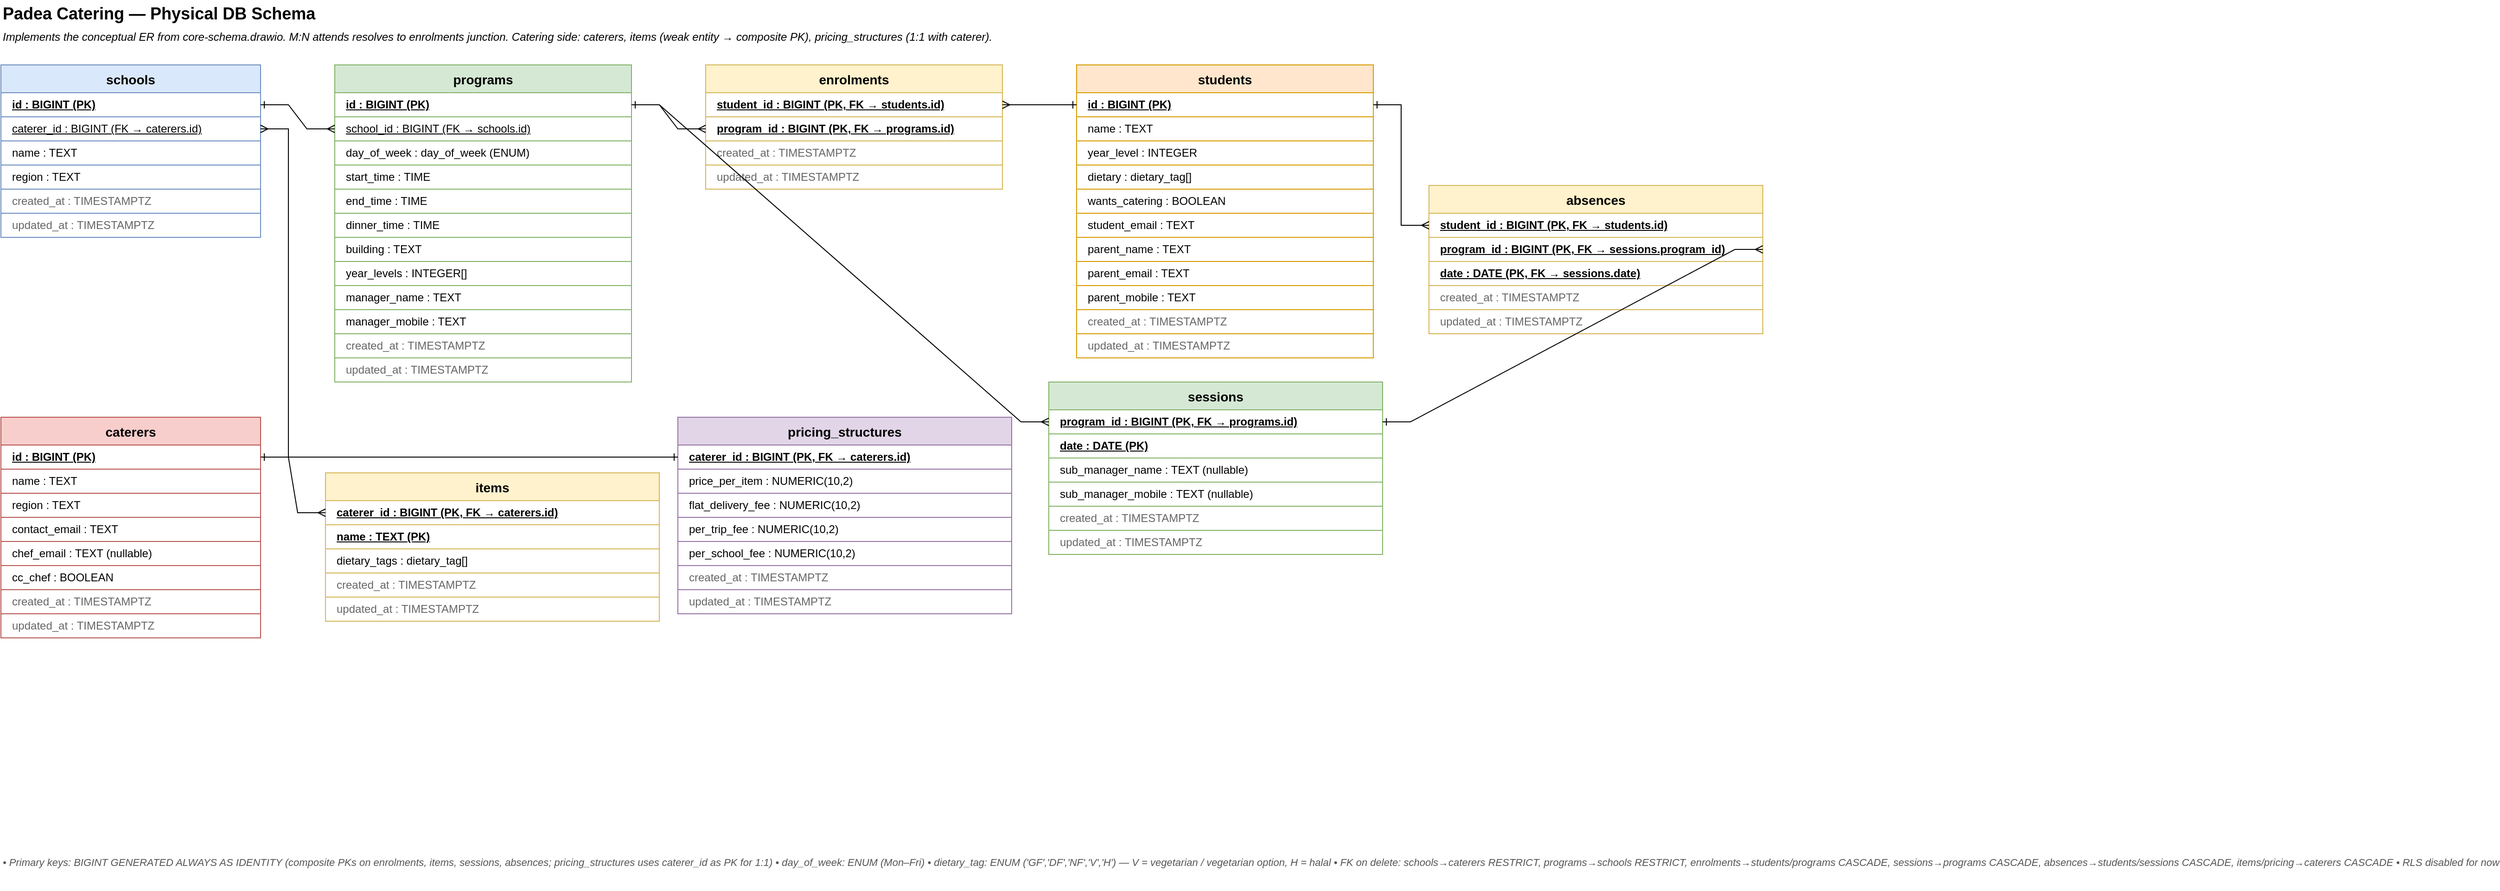
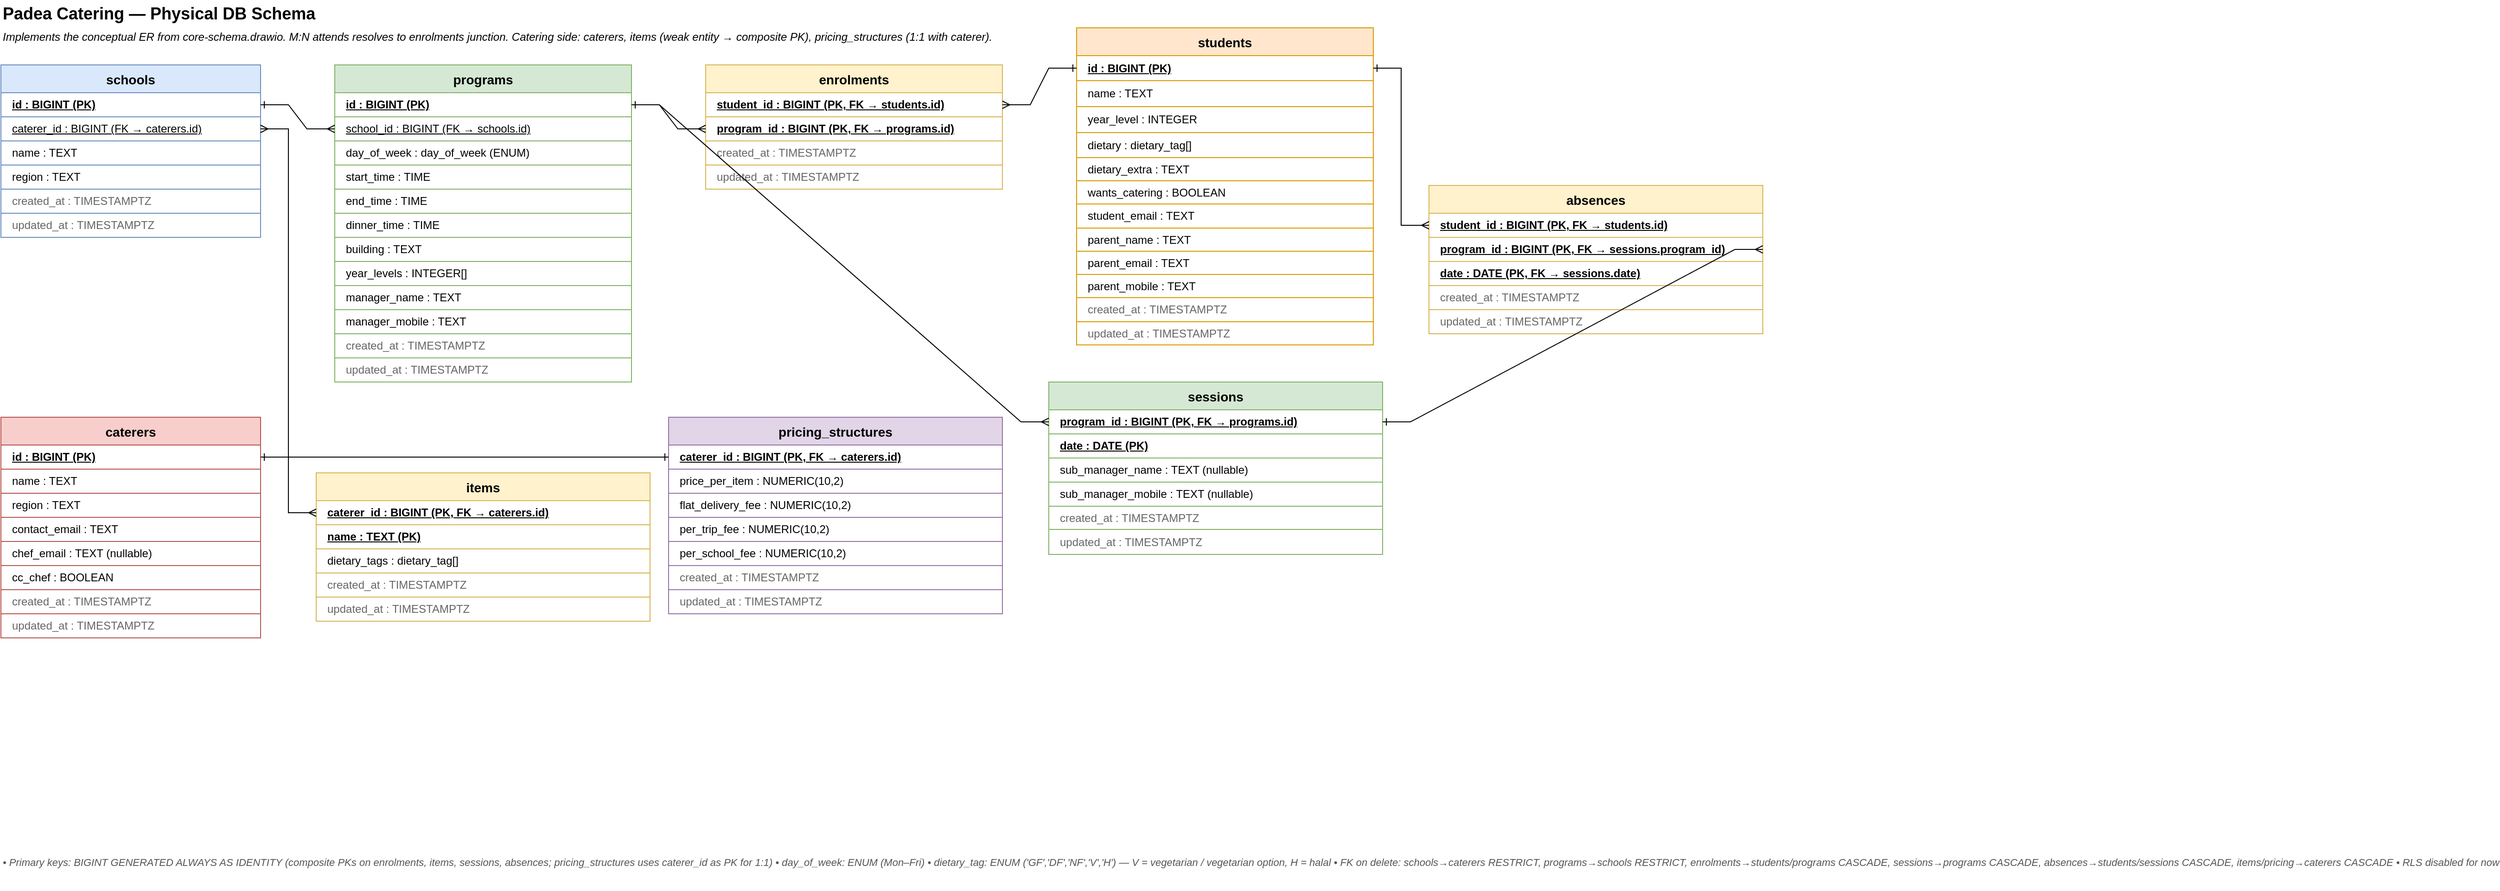
<mxfile host="65bd71144e">
    <diagram name="DB Schema" id="db-schema">
-         <mxGraphModel dx="714" dy="779" grid="1" gridSize="10" guides="1" tooltips="1" connect="1" arrows="1" fold="1" page="1" pageScale="1" pageWidth="1700" pageHeight="1000" math="0" shadow="0">
+         <mxGraphModel dx="1202" dy="820" grid="1" gridSize="10" guides="1" tooltips="1" connect="1" arrows="1" fold="1" page="1" pageScale="1" pageWidth="1700" pageHeight="1000" math="0" shadow="0">
            <root>
                <mxCell id="0"/>
                <mxCell id="1" parent="0"/>
                <mxCell id="title" value="Padea Catering — Physical DB Schema" style="text;html=1;align=left;verticalAlign=middle;fontSize=18;fontStyle=1;" parent="1" vertex="1">
                    <mxGeometry x="40" y="20" width="800" height="30" as="geometry"/>
                </mxCell>
                <mxCell id="subtitle" value="Implements the conceptual ER from core-schema.drawio. M:N attends resolves to enrolments junction. Catering side: caterers, items (weak entity → composite PK), pricing_structures (1:1 with caterer)." style="text;html=1;align=left;verticalAlign=middle;fontSize=12;fontStyle=2;" parent="1" vertex="1">
                    <mxGeometry x="40" y="50" width="1500" height="20" as="geometry"/>
                </mxCell>
                <mxCell id="schools" value="schools" style="shape=table;startSize=30;container=1;collapsible=0;childLayout=tableLayout;fontSize=14;fontStyle=1;fillColor=#dae8fc;strokeColor=#6c8ebf;" parent="1" vertex="1">
                    <mxGeometry x="40" y="90" width="280" height="186" as="geometry"/>
                </mxCell>
                <mxCell id="schools-r1" value="" style="shape=tableRow;horizontal=0;startSize=0;swimlaneHead=0;swimlaneBody=0;strokeColor=inherit;top=0;left=0;bottom=0;right=0;collapsible=0;dropTarget=0;fillColor=none;points=[[0,0.5],[1,0.5]];portConstraint=eastwest;fontSize=12;" parent="schools" vertex="1">
                    <mxGeometry y="30" width="280" height="26" as="geometry"/>
                </mxCell>
                <mxCell id="schools-r1-c" value="id : BIGINT  (PK)" style="shape=partialRectangle;html=1;whiteSpace=wrap;connectable=0;strokeColor=inherit;overflow=hidden;fillColor=none;top=0;left=0;bottom=0;right=0;pointerEvents=1;fontStyle=5;align=left;spacingLeft=10;" parent="schools-r1" vertex="1">
                    <mxGeometry width="280" height="26" as="geometry"/>
                </mxCell>
                <mxCell id="schools-r-cat" value="" style="shape=tableRow;horizontal=0;startSize=0;swimlaneHead=0;swimlaneBody=0;strokeColor=inherit;top=0;left=0;bottom=0;right=0;collapsible=0;dropTarget=0;fillColor=none;points=[[0,0.5],[1,0.5]];portConstraint=eastwest;fontSize=12;" parent="schools" vertex="1">
                    <mxGeometry y="56" width="280" height="26" as="geometry"/>
                </mxCell>
                <mxCell id="schools-r-cat-c" value="caterer_id : BIGINT  (FK → caterers.id)" style="shape=partialRectangle;html=1;whiteSpace=wrap;connectable=0;strokeColor=inherit;overflow=hidden;fillColor=none;top=0;left=0;bottom=0;right=0;pointerEvents=1;fontStyle=4;align=left;spacingLeft=10;" parent="schools-r-cat" vertex="1">
                    <mxGeometry width="280" height="26" as="geometry"/>
                </mxCell>
                <mxCell id="schools-r2" value="" style="shape=tableRow;horizontal=0;startSize=0;swimlaneHead=0;swimlaneBody=0;strokeColor=inherit;top=0;left=0;bottom=0;right=0;collapsible=0;dropTarget=0;fillColor=none;points=[[0,0.5],[1,0.5]];portConstraint=eastwest;fontSize=12;" parent="schools" vertex="1">
                    <mxGeometry y="82" width="280" height="26" as="geometry"/>
                </mxCell>
                <mxCell id="schools-r2-c" value="name : TEXT" style="shape=partialRectangle;html=1;whiteSpace=wrap;connectable=0;strokeColor=inherit;overflow=hidden;fillColor=none;top=0;left=0;bottom=0;right=0;pointerEvents=1;align=left;spacingLeft=10;" parent="schools-r2" vertex="1">
                    <mxGeometry width="280" height="26" as="geometry"/>
                </mxCell>
                <mxCell id="schools-r3" value="" style="shape=tableRow;horizontal=0;startSize=0;swimlaneHead=0;swimlaneBody=0;strokeColor=inherit;top=0;left=0;bottom=0;right=0;collapsible=0;dropTarget=0;fillColor=none;points=[[0,0.5],[1,0.5]];portConstraint=eastwest;fontSize=12;" parent="schools" vertex="1">
                    <mxGeometry y="108" width="280" height="26" as="geometry"/>
                </mxCell>
                <mxCell id="schools-r3-c" value="region : TEXT" style="shape=partialRectangle;html=1;whiteSpace=wrap;connectable=0;strokeColor=inherit;overflow=hidden;fillColor=none;top=0;left=0;bottom=0;right=0;pointerEvents=1;align=left;spacingLeft=10;" parent="schools-r3" vertex="1">
                    <mxGeometry width="280" height="26" as="geometry"/>
                </mxCell>
                <mxCell id="schools-r4" value="" style="shape=tableRow;horizontal=0;startSize=0;swimlaneHead=0;swimlaneBody=0;strokeColor=inherit;top=0;left=0;bottom=0;right=0;collapsible=0;dropTarget=0;fillColor=none;points=[[0,0.5],[1,0.5]];portConstraint=eastwest;fontSize=12;" parent="schools" vertex="1">
                    <mxGeometry y="134" width="280" height="26" as="geometry"/>
                </mxCell>
                <mxCell id="schools-r4-c" value="created_at : TIMESTAMPTZ" style="shape=partialRectangle;html=1;whiteSpace=wrap;connectable=0;strokeColor=inherit;overflow=hidden;fillColor=none;top=0;left=0;bottom=0;right=0;pointerEvents=1;align=left;spacingLeft=10;fontColor=#666666;" parent="schools-r4" vertex="1">
                    <mxGeometry width="280" height="26" as="geometry"/>
                </mxCell>
                <mxCell id="schools-r5" value="" style="shape=tableRow;horizontal=0;startSize=0;swimlaneHead=0;swimlaneBody=0;strokeColor=inherit;top=0;left=0;bottom=0;right=0;collapsible=0;dropTarget=0;fillColor=none;points=[[0,0.5],[1,0.5]];portConstraint=eastwest;fontSize=12;" parent="schools" vertex="1">
                    <mxGeometry y="160" width="280" height="26" as="geometry"/>
                </mxCell>
                <mxCell id="schools-r5-c" value="updated_at : TIMESTAMPTZ" style="shape=partialRectangle;html=1;whiteSpace=wrap;connectable=0;strokeColor=inherit;overflow=hidden;fillColor=none;top=0;left=0;bottom=0;right=0;pointerEvents=1;align=left;spacingLeft=10;fontColor=#666666;" parent="schools-r5" vertex="1">
                    <mxGeometry width="280" height="26" as="geometry"/>
                </mxCell>
                <mxCell id="sessions" value="programs" style="shape=table;startSize=30;container=1;collapsible=0;childLayout=tableLayout;fontSize=14;fontStyle=1;fillColor=#d5e8d4;strokeColor=#82b366;" parent="1" vertex="1">
                    <mxGeometry x="400" y="90" width="320" height="342" as="geometry"/>
                </mxCell>
                <mxCell id="sessions-r1" value="" style="shape=tableRow;horizontal=0;startSize=0;swimlaneHead=0;swimlaneBody=0;strokeColor=inherit;top=0;left=0;bottom=0;right=0;collapsible=0;dropTarget=0;fillColor=none;points=[[0,0.5],[1,0.5]];portConstraint=eastwest;fontSize=12;" parent="sessions" vertex="1">
                    <mxGeometry y="30" width="320" height="26" as="geometry"/>
                </mxCell>
                <mxCell id="sessions-r1-c" value="id : BIGINT  (PK)" style="shape=partialRectangle;html=1;whiteSpace=wrap;connectable=0;strokeColor=inherit;overflow=hidden;fillColor=none;top=0;left=0;bottom=0;right=0;pointerEvents=1;fontStyle=5;align=left;spacingLeft=10;" parent="sessions-r1" vertex="1">
                    <mxGeometry width="320" height="26" as="geometry">
                        <mxRectangle width="320" height="26" as="alternateBounds"/>
                    </mxGeometry>
                </mxCell>
                <mxCell id="sessions-r2" value="" style="shape=tableRow;horizontal=0;startSize=0;swimlaneHead=0;swimlaneBody=0;strokeColor=inherit;top=0;left=0;bottom=0;right=0;collapsible=0;dropTarget=0;fillColor=none;points=[[0,0.5],[1,0.5]];portConstraint=eastwest;fontSize=12;" parent="sessions" vertex="1">
                    <mxGeometry y="56" width="320" height="26" as="geometry"/>
                </mxCell>
                <mxCell id="sessions-r2-c" value="school_id : BIGINT  (FK → schools.id)" style="shape=partialRectangle;html=1;whiteSpace=wrap;connectable=0;strokeColor=inherit;overflow=hidden;fillColor=none;top=0;left=0;bottom=0;right=0;pointerEvents=1;fontStyle=4;align=left;spacingLeft=10;" parent="sessions-r2" vertex="1">
                    <mxGeometry width="320" height="26" as="geometry">
                        <mxRectangle width="320" height="26" as="alternateBounds"/>
                    </mxGeometry>
                </mxCell>
                <mxCell id="sessions-r3" value="" style="shape=tableRow;horizontal=0;startSize=0;swimlaneHead=0;swimlaneBody=0;strokeColor=inherit;top=0;left=0;bottom=0;right=0;collapsible=0;dropTarget=0;fillColor=none;points=[[0,0.5],[1,0.5]];portConstraint=eastwest;fontSize=12;" parent="sessions" vertex="1">
                    <mxGeometry y="82" width="320" height="26" as="geometry"/>
                </mxCell>
                <mxCell id="sessions-r3-c" value="day_of_week : day_of_week (ENUM)" style="shape=partialRectangle;html=1;whiteSpace=wrap;connectable=0;strokeColor=inherit;overflow=hidden;fillColor=none;top=0;left=0;bottom=0;right=0;pointerEvents=1;align=left;spacingLeft=10;" parent="sessions-r3" vertex="1">
                    <mxGeometry width="320" height="26" as="geometry">
                        <mxRectangle width="320" height="26" as="alternateBounds"/>
                    </mxGeometry>
                </mxCell>
                <mxCell id="sessions-r4" value="" style="shape=tableRow;horizontal=0;startSize=0;swimlaneHead=0;swimlaneBody=0;strokeColor=inherit;top=0;left=0;bottom=0;right=0;collapsible=0;dropTarget=0;fillColor=none;points=[[0,0.5],[1,0.5]];portConstraint=eastwest;fontSize=12;" parent="sessions" vertex="1">
                    <mxGeometry y="108" width="320" height="26" as="geometry"/>
                </mxCell>
                <mxCell id="sessions-r4-c" value="start_time : TIME" style="shape=partialRectangle;html=1;whiteSpace=wrap;connectable=0;strokeColor=inherit;overflow=hidden;fillColor=none;top=0;left=0;bottom=0;right=0;pointerEvents=1;align=left;spacingLeft=10;" parent="sessions-r4" vertex="1">
                    <mxGeometry width="320" height="26" as="geometry">
                        <mxRectangle width="320" height="26" as="alternateBounds"/>
                    </mxGeometry>
                </mxCell>
                <mxCell id="sessions-r5" value="" style="shape=tableRow;horizontal=0;startSize=0;swimlaneHead=0;swimlaneBody=0;strokeColor=inherit;top=0;left=0;bottom=0;right=0;collapsible=0;dropTarget=0;fillColor=none;points=[[0,0.5],[1,0.5]];portConstraint=eastwest;fontSize=12;" parent="sessions" vertex="1">
                    <mxGeometry y="134" width="320" height="26" as="geometry"/>
                </mxCell>
                <mxCell id="sessions-r5-c" value="end_time : TIME" style="shape=partialRectangle;html=1;whiteSpace=wrap;connectable=0;strokeColor=inherit;overflow=hidden;fillColor=none;top=0;left=0;bottom=0;right=0;pointerEvents=1;align=left;spacingLeft=10;" parent="sessions-r5" vertex="1">
                    <mxGeometry width="320" height="26" as="geometry">
                        <mxRectangle width="320" height="26" as="alternateBounds"/>
                    </mxGeometry>
                </mxCell>
                <mxCell id="sessions-r6" value="" style="shape=tableRow;horizontal=0;startSize=0;swimlaneHead=0;swimlaneBody=0;strokeColor=inherit;top=0;left=0;bottom=0;right=0;collapsible=0;dropTarget=0;fillColor=none;points=[[0,0.5],[1,0.5]];portConstraint=eastwest;fontSize=12;" parent="sessions" vertex="1">
                    <mxGeometry y="160" width="320" height="26" as="geometry"/>
                </mxCell>
                <mxCell id="sessions-r6-c" value="dinner_time : TIME" style="shape=partialRectangle;html=1;whiteSpace=wrap;connectable=0;strokeColor=inherit;overflow=hidden;fillColor=none;top=0;left=0;bottom=0;right=0;pointerEvents=1;align=left;spacingLeft=10;" parent="sessions-r6" vertex="1">
                    <mxGeometry width="320" height="26" as="geometry">
                        <mxRectangle width="320" height="26" as="alternateBounds"/>
                    </mxGeometry>
                </mxCell>
                <mxCell id="sessions-r7" value="" style="shape=tableRow;horizontal=0;startSize=0;swimlaneHead=0;swimlaneBody=0;strokeColor=inherit;top=0;left=0;bottom=0;right=0;collapsible=0;dropTarget=0;fillColor=none;points=[[0,0.5],[1,0.5]];portConstraint=eastwest;fontSize=12;" parent="sessions" vertex="1">
                    <mxGeometry y="186" width="320" height="26" as="geometry"/>
                </mxCell>
                <mxCell id="sessions-r7-c" value="building : TEXT" style="shape=partialRectangle;html=1;whiteSpace=wrap;connectable=0;strokeColor=inherit;overflow=hidden;fillColor=none;top=0;left=0;bottom=0;right=0;pointerEvents=1;align=left;spacingLeft=10;" parent="sessions-r7" vertex="1">
                    <mxGeometry width="320" height="26" as="geometry">
                        <mxRectangle width="320" height="26" as="alternateBounds"/>
                    </mxGeometry>
                </mxCell>
                <mxCell id="sessions-r8" value="" style="shape=tableRow;horizontal=0;startSize=0;swimlaneHead=0;swimlaneBody=0;strokeColor=inherit;top=0;left=0;bottom=0;right=0;collapsible=0;dropTarget=0;fillColor=none;points=[[0,0.5],[1,0.5]];portConstraint=eastwest;fontSize=12;" parent="sessions" vertex="1">
                    <mxGeometry y="212" width="320" height="26" as="geometry"/>
                </mxCell>
                <mxCell id="sessions-r8-c" value="year_levels : INTEGER[]" style="shape=partialRectangle;html=1;whiteSpace=wrap;connectable=0;strokeColor=inherit;overflow=hidden;fillColor=none;top=0;left=0;bottom=0;right=0;pointerEvents=1;align=left;spacingLeft=10;" parent="sessions-r8" vertex="1">
                    <mxGeometry width="320" height="26" as="geometry">
                        <mxRectangle width="320" height="26" as="alternateBounds"/>
                    </mxGeometry>
                </mxCell>
                <mxCell id="sessions-r9" value="" style="shape=tableRow;horizontal=0;startSize=0;swimlaneHead=0;swimlaneBody=0;strokeColor=inherit;top=0;left=0;bottom=0;right=0;collapsible=0;dropTarget=0;fillColor=none;points=[[0,0.5],[1,0.5]];portConstraint=eastwest;fontSize=12;" parent="sessions" vertex="1">
                    <mxGeometry y="238" width="320" height="26" as="geometry"/>
                </mxCell>
                <mxCell id="sessions-r9-c" value="manager_name : TEXT" style="shape=partialRectangle;html=1;whiteSpace=wrap;connectable=0;strokeColor=inherit;overflow=hidden;fillColor=none;top=0;left=0;bottom=0;right=0;pointerEvents=1;align=left;spacingLeft=10;" parent="sessions-r9" vertex="1">
                    <mxGeometry width="320" height="26" as="geometry">
                        <mxRectangle width="320" height="26" as="alternateBounds"/>
                    </mxGeometry>
                </mxCell>
                <mxCell id="sessions-r10" value="" style="shape=tableRow;horizontal=0;startSize=0;swimlaneHead=0;swimlaneBody=0;strokeColor=inherit;top=0;left=0;bottom=0;right=0;collapsible=0;dropTarget=0;fillColor=none;points=[[0,0.5],[1,0.5]];portConstraint=eastwest;fontSize=12;" parent="sessions" vertex="1">
                    <mxGeometry y="264" width="320" height="26" as="geometry"/>
                </mxCell>
                <mxCell id="sessions-r10-c" value="manager_mobile : TEXT" style="shape=partialRectangle;html=1;whiteSpace=wrap;connectable=0;strokeColor=inherit;overflow=hidden;fillColor=none;top=0;left=0;bottom=0;right=0;pointerEvents=1;align=left;spacingLeft=10;" parent="sessions-r10" vertex="1">
                    <mxGeometry width="320" height="26" as="geometry">
                        <mxRectangle width="320" height="26" as="alternateBounds"/>
                    </mxGeometry>
                </mxCell>
                <mxCell id="sessions-r11" value="" style="shape=tableRow;horizontal=0;startSize=0;swimlaneHead=0;swimlaneBody=0;strokeColor=inherit;top=0;left=0;bottom=0;right=0;collapsible=0;dropTarget=0;fillColor=none;points=[[0,0.5],[1,0.5]];portConstraint=eastwest;fontSize=12;" parent="sessions" vertex="1">
                    <mxGeometry y="290" width="320" height="26" as="geometry"/>
                </mxCell>
                <mxCell id="sessions-r11-c" value="created_at : TIMESTAMPTZ" style="shape=partialRectangle;html=1;whiteSpace=wrap;connectable=0;strokeColor=inherit;overflow=hidden;fillColor=none;top=0;left=0;bottom=0;right=0;pointerEvents=1;align=left;spacingLeft=10;fontColor=#666666;" parent="sessions-r11" vertex="1">
                    <mxGeometry width="320" height="26" as="geometry">
                        <mxRectangle width="320" height="26" as="alternateBounds"/>
                    </mxGeometry>
                </mxCell>
                <mxCell id="sessions-r12" value="" style="shape=tableRow;horizontal=0;startSize=0;swimlaneHead=0;swimlaneBody=0;strokeColor=inherit;top=0;left=0;bottom=0;right=0;collapsible=0;dropTarget=0;fillColor=none;points=[[0,0.5],[1,0.5]];portConstraint=eastwest;fontSize=12;" parent="sessions" vertex="1">
                    <mxGeometry y="316" width="320" height="26" as="geometry"/>
                </mxCell>
                <mxCell id="sessions-r12-c" value="updated_at : TIMESTAMPTZ" style="shape=partialRectangle;html=1;whiteSpace=wrap;connectable=0;strokeColor=inherit;overflow=hidden;fillColor=none;top=0;left=0;bottom=0;right=0;pointerEvents=1;align=left;spacingLeft=10;fontColor=#666666;" parent="sessions-r12" vertex="1">
                    <mxGeometry width="320" height="26" as="geometry">
                        <mxRectangle width="320" height="26" as="alternateBounds"/>
                    </mxGeometry>
                </mxCell>
                <mxCell id="enrolments" value="enrolments" style="shape=table;startSize=30;container=1;collapsible=0;childLayout=tableLayout;fontSize=14;fontStyle=1;fillColor=#fff2cc;strokeColor=#d6b656;" parent="1" vertex="1">
                    <mxGeometry x="800" y="90" width="320" height="134" as="geometry"/>
                </mxCell>
                <mxCell id="enrolments-r2" value="" style="shape=tableRow;horizontal=0;startSize=0;swimlaneHead=0;swimlaneBody=0;strokeColor=inherit;top=0;left=0;bottom=0;right=0;collapsible=0;dropTarget=0;fillColor=none;points=[[0,0.5],[1,0.5]];portConstraint=eastwest;fontSize=12;" parent="enrolments" vertex="1">
                    <mxGeometry y="30" width="320" height="26" as="geometry"/>
                </mxCell>
                <mxCell id="enrolments-r2-c" value="student_id : BIGINT  (PK, FK → students.id)" style="shape=partialRectangle;html=1;whiteSpace=wrap;connectable=0;strokeColor=inherit;overflow=hidden;fillColor=none;top=0;left=0;bottom=0;right=0;pointerEvents=1;fontStyle=5;align=left;spacingLeft=10;" parent="enrolments-r2" vertex="1">
                    <mxGeometry width="320" height="26" as="geometry">
                        <mxRectangle width="320" height="26" as="alternateBounds"/>
                    </mxGeometry>
                </mxCell>
                <mxCell id="enrolments-r3" value="" style="shape=tableRow;horizontal=0;startSize=0;swimlaneHead=0;swimlaneBody=0;strokeColor=inherit;top=0;left=0;bottom=0;right=0;collapsible=0;dropTarget=0;fillColor=none;points=[[0,0.5],[1,0.5]];portConstraint=eastwest;fontSize=12;" parent="enrolments" vertex="1">
                    <mxGeometry y="56" width="320" height="26" as="geometry"/>
                </mxCell>
                <mxCell id="enrolments-r3-c" value="program_id : BIGINT  (PK, FK → programs.id)" style="shape=partialRectangle;html=1;whiteSpace=wrap;connectable=0;strokeColor=inherit;overflow=hidden;fillColor=none;top=0;left=0;bottom=0;right=0;pointerEvents=1;fontStyle=5;align=left;spacingLeft=10;" parent="enrolments-r3" vertex="1">
                    <mxGeometry width="320" height="26" as="geometry">
                        <mxRectangle width="320" height="26" as="alternateBounds"/>
                    </mxGeometry>
                </mxCell>
                <mxCell id="enrolments-r4" value="" style="shape=tableRow;horizontal=0;startSize=0;swimlaneHead=0;swimlaneBody=0;strokeColor=inherit;top=0;left=0;bottom=0;right=0;collapsible=0;dropTarget=0;fillColor=none;points=[[0,0.5],[1,0.5]];portConstraint=eastwest;fontSize=12;" parent="enrolments" vertex="1">
                    <mxGeometry y="82" width="320" height="26" as="geometry"/>
                </mxCell>
                <mxCell id="enrolments-r4-c" value="created_at : TIMESTAMPTZ" style="shape=partialRectangle;html=1;whiteSpace=wrap;connectable=0;strokeColor=inherit;overflow=hidden;fillColor=none;top=0;left=0;bottom=0;right=0;pointerEvents=1;align=left;spacingLeft=10;fontColor=#666666;" parent="enrolments-r4" vertex="1">
                    <mxGeometry width="320" height="26" as="geometry">
                        <mxRectangle width="320" height="26" as="alternateBounds"/>
                    </mxGeometry>
                </mxCell>
                <mxCell id="enrolments-r5" value="" style="shape=tableRow;horizontal=0;startSize=0;swimlaneHead=0;swimlaneBody=0;strokeColor=inherit;top=0;left=0;bottom=0;right=0;collapsible=0;dropTarget=0;fillColor=none;points=[[0,0.5],[1,0.5]];portConstraint=eastwest;fontSize=12;" parent="enrolments" vertex="1">
                    <mxGeometry y="108" width="320" height="26" as="geometry"/>
                </mxCell>
                <mxCell id="enrolments-r5-c" value="updated_at : TIMESTAMPTZ" style="shape=partialRectangle;html=1;whiteSpace=wrap;connectable=0;strokeColor=inherit;overflow=hidden;fillColor=none;top=0;left=0;bottom=0;right=0;pointerEvents=1;align=left;spacingLeft=10;fontColor=#666666;" parent="enrolments-r5" vertex="1">
                    <mxGeometry width="320" height="26" as="geometry">
                        <mxRectangle width="320" height="26" as="alternateBounds"/>
                    </mxGeometry>
                </mxCell>
                <mxCell id="students" value="students" style="shape=table;startSize=30;container=1;collapsible=0;childLayout=tableLayout;fontSize=14;fontStyle=1;fillColor=#ffe6cc;strokeColor=#d79b00;" parent="1" vertex="1">
-                     <mxGeometry x="1200" y="90" width="320" height="316" as="geometry"/>
+                     <mxGeometry x="1200" y="50" width="320" height="342" as="geometry"/>
                </mxCell>
                <mxCell id="students-r1" value="" style="shape=tableRow;horizontal=0;startSize=0;swimlaneHead=0;swimlaneBody=0;strokeColor=inherit;top=0;left=0;bottom=0;right=0;collapsible=0;dropTarget=0;fillColor=none;points=[[0,0.5],[1,0.5]];portConstraint=eastwest;fontSize=12;" parent="students" vertex="1">
-                     <mxGeometry y="30" width="320" height="26" as="geometry"/>
+                     <mxGeometry y="30" width="320" height="27" as="geometry"/>
                </mxCell>
                <mxCell id="students-r1-c" value="id : BIGINT  (PK)" style="shape=partialRectangle;html=1;whiteSpace=wrap;connectable=0;strokeColor=inherit;overflow=hidden;fillColor=none;top=0;left=0;bottom=0;right=0;pointerEvents=1;fontStyle=5;align=left;spacingLeft=10;" parent="students-r1" vertex="1">
-                     <mxGeometry width="320" height="26" as="geometry"/>
+                     <mxGeometry width="320" height="27" as="geometry">
+                         <mxRectangle width="320" height="27" as="alternateBounds"/>
+                     </mxGeometry>
                </mxCell>
                <mxCell id="students-r2" value="" style="shape=tableRow;horizontal=0;startSize=0;swimlaneHead=0;swimlaneBody=0;strokeColor=inherit;top=0;left=0;bottom=0;right=0;collapsible=0;dropTarget=0;fillColor=none;points=[[0,0.5],[1,0.5]];portConstraint=eastwest;fontSize=12;" parent="students" vertex="1">
-                     <mxGeometry y="56" width="320" height="26" as="geometry"/>
+                     <mxGeometry y="57" width="320" height="28" as="geometry"/>
                </mxCell>
                <mxCell id="students-r2-c" value="name : TEXT" style="shape=partialRectangle;html=1;whiteSpace=wrap;connectable=0;strokeColor=inherit;overflow=hidden;fillColor=none;top=0;left=0;bottom=0;right=0;pointerEvents=1;align=left;spacingLeft=10;" parent="students-r2" vertex="1">
-                     <mxGeometry width="320" height="26" as="geometry"/>
+                     <mxGeometry width="320" height="28" as="geometry">
+                         <mxRectangle width="320" height="28" as="alternateBounds"/>
+                     </mxGeometry>
                </mxCell>
                <mxCell id="students-r3" value="" style="shape=tableRow;horizontal=0;startSize=0;swimlaneHead=0;swimlaneBody=0;strokeColor=inherit;top=0;left=0;bottom=0;right=0;collapsible=0;dropTarget=0;fillColor=none;points=[[0,0.5],[1,0.5]];portConstraint=eastwest;fontSize=12;" parent="students" vertex="1">
-                     <mxGeometry y="82" width="320" height="26" as="geometry"/>
+                     <mxGeometry y="85" width="320" height="28" as="geometry"/>
                </mxCell>
                <mxCell id="students-r3-c" value="year_level : INTEGER" style="shape=partialRectangle;html=1;whiteSpace=wrap;connectable=0;strokeColor=inherit;overflow=hidden;fillColor=none;top=0;left=0;bottom=0;right=0;pointerEvents=1;align=left;spacingLeft=10;" parent="students-r3" vertex="1">
-                     <mxGeometry width="320" height="26" as="geometry"/>
+                     <mxGeometry width="320" height="28" as="geometry">
+                         <mxRectangle width="320" height="28" as="alternateBounds"/>
+                     </mxGeometry>
                </mxCell>
                <mxCell id="students-r4" value="" style="shape=tableRow;horizontal=0;startSize=0;swimlaneHead=0;swimlaneBody=0;strokeColor=inherit;top=0;left=0;bottom=0;right=0;collapsible=0;dropTarget=0;fillColor=none;points=[[0,0.5],[1,0.5]];portConstraint=eastwest;fontSize=12;" parent="students" vertex="1">
-                     <mxGeometry y="108" width="320" height="26" as="geometry"/>
+                     <mxGeometry y="113" width="320" height="27" as="geometry"/>
                </mxCell>
                <mxCell id="students-r4-c" value="dietary : dietary_tag[]" style="shape=partialRectangle;html=1;whiteSpace=wrap;connectable=0;strokeColor=inherit;overflow=hidden;fillColor=none;top=0;left=0;bottom=0;right=0;pointerEvents=1;align=left;spacingLeft=10;" parent="students-r4" vertex="1">
-                     <mxGeometry width="320" height="26" as="geometry"/>
+                     <mxGeometry width="320" height="27" as="geometry">
+                         <mxRectangle width="320" height="27" as="alternateBounds"/>
+                     </mxGeometry>
+                 </mxCell>
+                 <mxCell id="students-r-de" value="" style="shape=tableRow;horizontal=0;startSize=0;swimlaneHead=0;swimlaneBody=0;strokeColor=inherit;top=0;left=0;bottom=0;right=0;collapsible=0;dropTarget=0;fillColor=none;points=[[0,0.5],[1,0.5]];portConstraint=eastwest;fontSize=12;" vertex="1" parent="students">
+                     <mxGeometry y="140" width="320" height="25" as="geometry"/>
+                 </mxCell>
+                 <mxCell id="students-r-de-c" value="dietary_extra : TEXT" style="shape=partialRectangle;html=1;whiteSpace=wrap;connectable=0;strokeColor=inherit;overflow=hidden;fillColor=none;top=0;left=0;bottom=0;right=0;pointerEvents=1;align=left;spacingLeft=10;" vertex="1" parent="students-r-de">
+                     <mxGeometry width="320" height="25" as="geometry">
+                         <mxRectangle width="320" height="25" as="alternateBounds"/>
+                     </mxGeometry>
                </mxCell>
                <mxCell id="students-r-wc" value="" style="shape=tableRow;horizontal=0;startSize=0;swimlaneHead=0;swimlaneBody=0;strokeColor=inherit;top=0;left=0;bottom=0;right=0;collapsible=0;dropTarget=0;fillColor=none;points=[[0,0.5],[1,0.5]];portConstraint=eastwest;fontSize=12;" parent="students" vertex="1">
-                     <mxGeometry y="134" width="320" height="26" as="geometry"/>
+                     <mxGeometry y="165" width="320" height="25" as="geometry"/>
                </mxCell>
                <mxCell id="students-r-wc-c" value="wants_catering : BOOLEAN" style="shape=partialRectangle;html=1;whiteSpace=wrap;connectable=0;strokeColor=inherit;overflow=hidden;fillColor=none;top=0;left=0;bottom=0;right=0;pointerEvents=1;align=left;spacingLeft=10;" parent="students-r-wc" vertex="1">
-                     <mxGeometry width="320" height="26" as="geometry"/>
+                     <mxGeometry width="320" height="25" as="geometry">
+                         <mxRectangle width="320" height="25" as="alternateBounds"/>
+                     </mxGeometry>
                </mxCell>
                <mxCell id="students-r5" value="" style="shape=tableRow;horizontal=0;startSize=0;swimlaneHead=0;swimlaneBody=0;strokeColor=inherit;top=0;left=0;bottom=0;right=0;collapsible=0;dropTarget=0;fillColor=none;points=[[0,0.5],[1,0.5]];portConstraint=eastwest;fontSize=12;" parent="students" vertex="1">
-                     <mxGeometry y="160" width="320" height="26" as="geometry"/>
+                     <mxGeometry y="190" width="320" height="26" as="geometry"/>
                </mxCell>
                <mxCell id="students-r5-c" value="student_email : TEXT" style="shape=partialRectangle;html=1;whiteSpace=wrap;connectable=0;strokeColor=inherit;overflow=hidden;fillColor=none;top=0;left=0;bottom=0;right=0;pointerEvents=1;align=left;spacingLeft=10;" parent="students-r5" vertex="1">
-                     <mxGeometry width="320" height="26" as="geometry"/>
+                     <mxGeometry width="320" height="26" as="geometry">
+                         <mxRectangle width="320" height="26" as="alternateBounds"/>
+                     </mxGeometry>
                </mxCell>
                <mxCell id="students-r6" value="" style="shape=tableRow;horizontal=0;startSize=0;swimlaneHead=0;swimlaneBody=0;strokeColor=inherit;top=0;left=0;bottom=0;right=0;collapsible=0;dropTarget=0;fillColor=none;points=[[0,0.5],[1,0.5]];portConstraint=eastwest;fontSize=12;" parent="students" vertex="1">
-                     <mxGeometry y="186" width="320" height="26" as="geometry"/>
+                     <mxGeometry y="216" width="320" height="25" as="geometry"/>
                </mxCell>
                <mxCell id="students-r6-c" value="parent_name : TEXT" style="shape=partialRectangle;html=1;whiteSpace=wrap;connectable=0;strokeColor=inherit;overflow=hidden;fillColor=none;top=0;left=0;bottom=0;right=0;pointerEvents=1;align=left;spacingLeft=10;" parent="students-r6" vertex="1">
-                     <mxGeometry width="320" height="26" as="geometry"/>
+                     <mxGeometry width="320" height="25" as="geometry">
+                         <mxRectangle width="320" height="25" as="alternateBounds"/>
+                     </mxGeometry>
                </mxCell>
                <mxCell id="students-r7" value="" style="shape=tableRow;horizontal=0;startSize=0;swimlaneHead=0;swimlaneBody=0;strokeColor=inherit;top=0;left=0;bottom=0;right=0;collapsible=0;dropTarget=0;fillColor=none;points=[[0,0.5],[1,0.5]];portConstraint=eastwest;fontSize=12;" parent="students" vertex="1">
-                     <mxGeometry y="212" width="320" height="26" as="geometry"/>
+                     <mxGeometry y="241" width="320" height="25" as="geometry"/>
                </mxCell>
                <mxCell id="students-r7-c" value="parent_email : TEXT" style="shape=partialRectangle;html=1;whiteSpace=wrap;connectable=0;strokeColor=inherit;overflow=hidden;fillColor=none;top=0;left=0;bottom=0;right=0;pointerEvents=1;align=left;spacingLeft=10;" parent="students-r7" vertex="1">
-                     <mxGeometry width="320" height="26" as="geometry"/>
+                     <mxGeometry width="320" height="25" as="geometry">
+                         <mxRectangle width="320" height="25" as="alternateBounds"/>
+                     </mxGeometry>
                </mxCell>
                <mxCell id="students-r8" value="" style="shape=tableRow;horizontal=0;startSize=0;swimlaneHead=0;swimlaneBody=0;strokeColor=inherit;top=0;left=0;bottom=0;right=0;collapsible=0;dropTarget=0;fillColor=none;points=[[0,0.5],[1,0.5]];portConstraint=eastwest;fontSize=12;" parent="students" vertex="1">
-                     <mxGeometry y="238" width="320" height="26" as="geometry"/>
+                     <mxGeometry y="266" width="320" height="25" as="geometry"/>
                </mxCell>
                <mxCell id="students-r8-c" value="parent_mobile : TEXT" style="shape=partialRectangle;html=1;whiteSpace=wrap;connectable=0;strokeColor=inherit;overflow=hidden;fillColor=none;top=0;left=0;bottom=0;right=0;pointerEvents=1;align=left;spacingLeft=10;" parent="students-r8" vertex="1">
-                     <mxGeometry width="320" height="26" as="geometry"/>
+                     <mxGeometry width="320" height="25" as="geometry">
+                         <mxRectangle width="320" height="25" as="alternateBounds"/>
+                     </mxGeometry>
                </mxCell>
                <mxCell id="students-r9" value="" style="shape=tableRow;horizontal=0;startSize=0;swimlaneHead=0;swimlaneBody=0;strokeColor=inherit;top=0;left=0;bottom=0;right=0;collapsible=0;dropTarget=0;fillColor=none;points=[[0,0.5],[1,0.5]];portConstraint=eastwest;fontSize=12;" parent="students" vertex="1">
-                     <mxGeometry y="264" width="320" height="26" as="geometry"/>
+                     <mxGeometry y="291" width="320" height="26" as="geometry"/>
                </mxCell>
                <mxCell id="students-r9-c" value="created_at : TIMESTAMPTZ" style="shape=partialRectangle;html=1;whiteSpace=wrap;connectable=0;strokeColor=inherit;overflow=hidden;fillColor=none;top=0;left=0;bottom=0;right=0;pointerEvents=1;align=left;spacingLeft=10;fontColor=#666666;" parent="students-r9" vertex="1">
-                     <mxGeometry width="320" height="26" as="geometry"/>
+                     <mxGeometry width="320" height="26" as="geometry">
+                         <mxRectangle width="320" height="26" as="alternateBounds"/>
+                     </mxGeometry>
                </mxCell>
                <mxCell id="students-r10" value="" style="shape=tableRow;horizontal=0;startSize=0;swimlaneHead=0;swimlaneBody=0;strokeColor=inherit;top=0;left=0;bottom=0;right=0;collapsible=0;dropTarget=0;fillColor=none;points=[[0,0.5],[1,0.5]];portConstraint=eastwest;fontSize=12;" parent="students" vertex="1">
-                     <mxGeometry y="290" width="320" height="26" as="geometry"/>
+                     <mxGeometry y="317" width="320" height="25" as="geometry"/>
                </mxCell>
                <mxCell id="students-r10-c" value="updated_at : TIMESTAMPTZ" style="shape=partialRectangle;html=1;whiteSpace=wrap;connectable=0;strokeColor=inherit;overflow=hidden;fillColor=none;top=0;left=0;bottom=0;right=0;pointerEvents=1;align=left;spacingLeft=10;fontColor=#666666;" parent="students-r10" vertex="1">
-                     <mxGeometry width="320" height="26" as="geometry"/>
+                     <mxGeometry width="320" height="25" as="geometry">
+                         <mxRectangle width="320" height="25" as="alternateBounds"/>
+                     </mxGeometry>
                </mxCell>
                <mxCell id="caterers" value="caterers" style="shape=table;startSize=30;container=1;collapsible=0;childLayout=tableLayout;fontSize=14;fontStyle=1;fillColor=#f8cecc;strokeColor=#b85450;" parent="1" vertex="1">
                    <mxGeometry x="40" y="470" width="280" height="238" as="geometry"/>
                </mxCell>
                <mxCell id="caterers-r1" value="" style="shape=tableRow;horizontal=0;startSize=0;swimlaneHead=0;swimlaneBody=0;strokeColor=inherit;top=0;left=0;bottom=0;right=0;collapsible=0;dropTarget=0;fillColor=none;points=[[0,0.5],[1,0.5]];portConstraint=eastwest;fontSize=12;" parent="caterers" vertex="1">
                    <mxGeometry y="30" width="280" height="26" as="geometry"/>
                </mxCell>
                <mxCell id="caterers-r1-c" value="id : BIGINT  (PK)" style="shape=partialRectangle;html=1;whiteSpace=wrap;connectable=0;strokeColor=inherit;overflow=hidden;fillColor=none;top=0;left=0;bottom=0;right=0;pointerEvents=1;fontStyle=5;align=left;spacingLeft=10;" parent="caterers-r1" vertex="1">
                    <mxGeometry width="280" height="26" as="geometry">
                        <mxRectangle width="280" height="26" as="alternateBounds"/>
                    </mxGeometry>
                </mxCell>
                <mxCell id="caterers-r2" value="" style="shape=tableRow;horizontal=0;startSize=0;swimlaneHead=0;swimlaneBody=0;strokeColor=inherit;top=0;left=0;bottom=0;right=0;collapsible=0;dropTarget=0;fillColor=none;points=[[0,0.5],[1,0.5]];portConstraint=eastwest;fontSize=12;" parent="caterers" vertex="1">
                    <mxGeometry y="56" width="280" height="26" as="geometry"/>
                </mxCell>
                <mxCell id="caterers-r2-c" value="name : TEXT" style="shape=partialRectangle;html=1;whiteSpace=wrap;connectable=0;strokeColor=inherit;overflow=hidden;fillColor=none;top=0;left=0;bottom=0;right=0;pointerEvents=1;align=left;spacingLeft=10;" parent="caterers-r2" vertex="1">
                    <mxGeometry width="280" height="26" as="geometry">
                        <mxRectangle width="280" height="26" as="alternateBounds"/>
                    </mxGeometry>
                </mxCell>
                <mxCell id="caterers-r3" value="" style="shape=tableRow;horizontal=0;startSize=0;swimlaneHead=0;swimlaneBody=0;strokeColor=inherit;top=0;left=0;bottom=0;right=0;collapsible=0;dropTarget=0;fillColor=none;points=[[0,0.5],[1,0.5]];portConstraint=eastwest;fontSize=12;" parent="caterers" vertex="1">
                    <mxGeometry y="82" width="280" height="26" as="geometry"/>
                </mxCell>
                <mxCell id="caterers-r3-c" value="region : TEXT" style="shape=partialRectangle;html=1;whiteSpace=wrap;connectable=0;strokeColor=inherit;overflow=hidden;fillColor=none;top=0;left=0;bottom=0;right=0;pointerEvents=1;align=left;spacingLeft=10;" parent="caterers-r3" vertex="1">
                    <mxGeometry width="280" height="26" as="geometry">
                        <mxRectangle width="280" height="26" as="alternateBounds"/>
                    </mxGeometry>
                </mxCell>
                <mxCell id="caterers-r-ce" value="" style="shape=tableRow;horizontal=0;startSize=0;swimlaneHead=0;swimlaneBody=0;strokeColor=inherit;top=0;left=0;bottom=0;right=0;collapsible=0;dropTarget=0;fillColor=none;points=[[0,0.5],[1,0.5]];portConstraint=eastwest;fontSize=12;" parent="caterers" vertex="1">
                    <mxGeometry y="108" width="280" height="26" as="geometry"/>
                </mxCell>
                <mxCell id="caterers-r-ce-c" value="contact_email : TEXT" style="shape=partialRectangle;html=1;whiteSpace=wrap;connectable=0;strokeColor=inherit;overflow=hidden;fillColor=none;top=0;left=0;bottom=0;right=0;pointerEvents=1;align=left;spacingLeft=10;" parent="caterers-r-ce" vertex="1">
                    <mxGeometry width="280" height="26" as="geometry">
                        <mxRectangle width="280" height="26" as="alternateBounds"/>
                    </mxGeometry>
                </mxCell>
                <mxCell id="caterers-r-che" value="" style="shape=tableRow;horizontal=0;startSize=0;swimlaneHead=0;swimlaneBody=0;strokeColor=inherit;top=0;left=0;bottom=0;right=0;collapsible=0;dropTarget=0;fillColor=none;points=[[0,0.5],[1,0.5]];portConstraint=eastwest;fontSize=12;" parent="caterers" vertex="1">
                    <mxGeometry y="134" width="280" height="26" as="geometry"/>
                </mxCell>
                <mxCell id="caterers-r-che-c" value="chef_email : TEXT  (nullable)" style="shape=partialRectangle;html=1;whiteSpace=wrap;connectable=0;strokeColor=inherit;overflow=hidden;fillColor=none;top=0;left=0;bottom=0;right=0;pointerEvents=1;align=left;spacingLeft=10;" parent="caterers-r-che" vertex="1">
                    <mxGeometry width="280" height="26" as="geometry">
                        <mxRectangle width="280" height="26" as="alternateBounds"/>
                    </mxGeometry>
                </mxCell>
                <mxCell id="caterers-r-cc" value="" style="shape=tableRow;horizontal=0;startSize=0;swimlaneHead=0;swimlaneBody=0;strokeColor=inherit;top=0;left=0;bottom=0;right=0;collapsible=0;dropTarget=0;fillColor=none;points=[[0,0.5],[1,0.5]];portConstraint=eastwest;fontSize=12;" parent="caterers" vertex="1">
                    <mxGeometry y="160" width="280" height="26" as="geometry"/>
                </mxCell>
                <mxCell id="caterers-r-cc-c" value="cc_chef : BOOLEAN" style="shape=partialRectangle;html=1;whiteSpace=wrap;connectable=0;strokeColor=inherit;overflow=hidden;fillColor=none;top=0;left=0;bottom=0;right=0;pointerEvents=1;align=left;spacingLeft=10;" parent="caterers-r-cc" vertex="1">
                    <mxGeometry width="280" height="26" as="geometry">
                        <mxRectangle width="280" height="26" as="alternateBounds"/>
                    </mxGeometry>
                </mxCell>
                <mxCell id="caterers-r4" value="" style="shape=tableRow;horizontal=0;startSize=0;swimlaneHead=0;swimlaneBody=0;strokeColor=inherit;top=0;left=0;bottom=0;right=0;collapsible=0;dropTarget=0;fillColor=none;points=[[0,0.5],[1,0.5]];portConstraint=eastwest;fontSize=12;" parent="caterers" vertex="1">
                    <mxGeometry y="186" width="280" height="26" as="geometry"/>
                </mxCell>
                <mxCell id="caterers-r4-c" value="created_at : TIMESTAMPTZ" style="shape=partialRectangle;html=1;whiteSpace=wrap;connectable=0;strokeColor=inherit;overflow=hidden;fillColor=none;top=0;left=0;bottom=0;right=0;pointerEvents=1;align=left;spacingLeft=10;fontColor=#666666;" parent="caterers-r4" vertex="1">
                    <mxGeometry width="280" height="26" as="geometry">
                        <mxRectangle width="280" height="26" as="alternateBounds"/>
                    </mxGeometry>
                </mxCell>
                <mxCell id="caterers-r5" value="" style="shape=tableRow;horizontal=0;startSize=0;swimlaneHead=0;swimlaneBody=0;strokeColor=inherit;top=0;left=0;bottom=0;right=0;collapsible=0;dropTarget=0;fillColor=none;points=[[0,0.5],[1,0.5]];portConstraint=eastwest;fontSize=12;" parent="caterers" vertex="1">
                    <mxGeometry y="212" width="280" height="26" as="geometry"/>
                </mxCell>
                <mxCell id="caterers-r5-c" value="updated_at : TIMESTAMPTZ" style="shape=partialRectangle;html=1;whiteSpace=wrap;connectable=0;strokeColor=inherit;overflow=hidden;fillColor=none;top=0;left=0;bottom=0;right=0;pointerEvents=1;align=left;spacingLeft=10;fontColor=#666666;" parent="caterers-r5" vertex="1">
                    <mxGeometry width="280" height="26" as="geometry">
                        <mxRectangle width="280" height="26" as="alternateBounds"/>
                    </mxGeometry>
                </mxCell>
                <mxCell id="items" value="items" style="shape=table;startSize=30;container=1;collapsible=0;childLayout=tableLayout;fontSize=14;fontStyle=1;fillColor=#fff2cc;strokeColor=#d6b656;" parent="1" vertex="1">
-                     <mxGeometry x="390" y="530" width="360" height="160" as="geometry"/>
+                     <mxGeometry x="380" y="530" width="360" height="160" as="geometry"/>
                </mxCell>
                <mxCell id="items-r1" value="" style="shape=tableRow;horizontal=0;startSize=0;swimlaneHead=0;swimlaneBody=0;strokeColor=inherit;top=0;left=0;bottom=0;right=0;collapsible=0;dropTarget=0;fillColor=none;points=[[0,0.5],[1,0.5]];portConstraint=eastwest;fontSize=12;" parent="items" vertex="1">
                    <mxGeometry y="30" width="360" height="26" as="geometry"/>
                </mxCell>
                <mxCell id="items-r1-c" value="caterer_id : BIGINT  (PK, FK → caterers.id)" style="shape=partialRectangle;html=1;whiteSpace=wrap;connectable=0;strokeColor=inherit;overflow=hidden;fillColor=none;top=0;left=0;bottom=0;right=0;pointerEvents=1;fontStyle=5;align=left;spacingLeft=10;" parent="items-r1" vertex="1">
                    <mxGeometry width="360" height="26" as="geometry">
                        <mxRectangle width="360" height="26" as="alternateBounds"/>
                    </mxGeometry>
                </mxCell>
                <mxCell id="items-r2" value="" style="shape=tableRow;horizontal=0;startSize=0;swimlaneHead=0;swimlaneBody=0;strokeColor=inherit;top=0;left=0;bottom=0;right=0;collapsible=0;dropTarget=0;fillColor=none;points=[[0,0.5],[1,0.5]];portConstraint=eastwest;fontSize=12;" parent="items" vertex="1">
                    <mxGeometry y="56" width="360" height="26" as="geometry"/>
                </mxCell>
                <mxCell id="items-r2-c" value="name : TEXT  (PK)" style="shape=partialRectangle;html=1;whiteSpace=wrap;connectable=0;strokeColor=inherit;overflow=hidden;fillColor=none;top=0;left=0;bottom=0;right=0;pointerEvents=1;fontStyle=5;align=left;spacingLeft=10;" parent="items-r2" vertex="1">
                    <mxGeometry width="360" height="26" as="geometry">
                        <mxRectangle width="360" height="26" as="alternateBounds"/>
                    </mxGeometry>
                </mxCell>
                <mxCell id="items-r3" value="" style="shape=tableRow;horizontal=0;startSize=0;swimlaneHead=0;swimlaneBody=0;strokeColor=inherit;top=0;left=0;bottom=0;right=0;collapsible=0;dropTarget=0;fillColor=none;points=[[0,0.5],[1,0.5]];portConstraint=eastwest;fontSize=12;" parent="items" vertex="1">
                    <mxGeometry y="82" width="360" height="26" as="geometry"/>
                </mxCell>
                <mxCell id="items-r3-c" value="dietary_tags : dietary_tag[]" style="shape=partialRectangle;html=1;whiteSpace=wrap;connectable=0;strokeColor=inherit;overflow=hidden;fillColor=none;top=0;left=0;bottom=0;right=0;pointerEvents=1;align=left;spacingLeft=10;" parent="items-r3" vertex="1">
                    <mxGeometry width="360" height="26" as="geometry">
                        <mxRectangle width="360" height="26" as="alternateBounds"/>
                    </mxGeometry>
                </mxCell>
                <mxCell id="items-r4" value="" style="shape=tableRow;horizontal=0;startSize=0;swimlaneHead=0;swimlaneBody=0;strokeColor=inherit;top=0;left=0;bottom=0;right=0;collapsible=0;dropTarget=0;fillColor=none;points=[[0,0.5],[1,0.5]];portConstraint=eastwest;fontSize=12;" parent="items" vertex="1">
                    <mxGeometry y="108" width="360" height="26" as="geometry"/>
                </mxCell>
                <mxCell id="items-r4-c" value="created_at : TIMESTAMPTZ" style="shape=partialRectangle;html=1;whiteSpace=wrap;connectable=0;strokeColor=inherit;overflow=hidden;fillColor=none;top=0;left=0;bottom=0;right=0;pointerEvents=1;align=left;spacingLeft=10;fontColor=#666666;" parent="items-r4" vertex="1">
                    <mxGeometry width="360" height="26" as="geometry">
                        <mxRectangle width="360" height="26" as="alternateBounds"/>
                    </mxGeometry>
                </mxCell>
                <mxCell id="items-r5" value="" style="shape=tableRow;horizontal=0;startSize=0;swimlaneHead=0;swimlaneBody=0;strokeColor=inherit;top=0;left=0;bottom=0;right=0;collapsible=0;dropTarget=0;fillColor=none;points=[[0,0.5],[1,0.5]];portConstraint=eastwest;fontSize=12;" parent="items" vertex="1">
                    <mxGeometry y="134" width="360" height="26" as="geometry"/>
                </mxCell>
                <mxCell id="items-r5-c" value="updated_at : TIMESTAMPTZ" style="shape=partialRectangle;html=1;whiteSpace=wrap;connectable=0;strokeColor=inherit;overflow=hidden;fillColor=none;top=0;left=0;bottom=0;right=0;pointerEvents=1;align=left;spacingLeft=10;fontColor=#666666;" parent="items-r5" vertex="1">
                    <mxGeometry width="360" height="26" as="geometry">
                        <mxRectangle width="360" height="26" as="alternateBounds"/>
                    </mxGeometry>
                </mxCell>
                <mxCell id="pricing" value="pricing_structures" style="shape=table;startSize=30;container=1;collapsible=0;childLayout=tableLayout;fontSize=14;fontStyle=1;fillColor=#e1d5e7;strokeColor=#9673a6;" parent="1" vertex="1">
-                     <mxGeometry x="770" y="470" width="360" height="212" as="geometry"/>
+                     <mxGeometry x="760" y="470" width="360" height="212" as="geometry"/>
                </mxCell>
                <mxCell id="pricing-r1" value="" style="shape=tableRow;horizontal=0;startSize=0;swimlaneHead=0;swimlaneBody=0;strokeColor=inherit;top=0;left=0;bottom=0;right=0;collapsible=0;dropTarget=0;fillColor=none;points=[[0,0.5],[1,0.5]];portConstraint=eastwest;fontSize=12;" parent="pricing" vertex="1">
                    <mxGeometry y="30" width="360" height="26" as="geometry"/>
                </mxCell>
                <mxCell id="pricing-r1-c" value="caterer_id : BIGINT  (PK, FK → caterers.id)" style="shape=partialRectangle;html=1;whiteSpace=wrap;connectable=0;strokeColor=inherit;overflow=hidden;fillColor=none;top=0;left=0;bottom=0;right=0;pointerEvents=1;fontStyle=5;align=left;spacingLeft=10;" parent="pricing-r1" vertex="1">
                    <mxGeometry width="360" height="26" as="geometry">
                        <mxRectangle width="360" height="26" as="alternateBounds"/>
                    </mxGeometry>
                </mxCell>
                <mxCell id="pricing-r2" value="" style="shape=tableRow;horizontal=0;startSize=0;swimlaneHead=0;swimlaneBody=0;strokeColor=inherit;top=0;left=0;bottom=0;right=0;collapsible=0;dropTarget=0;fillColor=none;points=[[0,0.5],[1,0.5]];portConstraint=eastwest;fontSize=12;" parent="pricing" vertex="1">
                    <mxGeometry y="56" width="360" height="26" as="geometry"/>
                </mxCell>
                <mxCell id="pricing-r2-c" value="price_per_item : NUMERIC(10,2)" style="shape=partialRectangle;html=1;whiteSpace=wrap;connectable=0;strokeColor=inherit;overflow=hidden;fillColor=none;top=0;left=0;bottom=0;right=0;pointerEvents=1;align=left;spacingLeft=10;" parent="pricing-r2" vertex="1">
                    <mxGeometry width="360" height="26" as="geometry">
                        <mxRectangle width="360" height="26" as="alternateBounds"/>
                    </mxGeometry>
                </mxCell>
                <mxCell id="pricing-r3" value="" style="shape=tableRow;horizontal=0;startSize=0;swimlaneHead=0;swimlaneBody=0;strokeColor=inherit;top=0;left=0;bottom=0;right=0;collapsible=0;dropTarget=0;fillColor=none;points=[[0,0.5],[1,0.5]];portConstraint=eastwest;fontSize=12;" parent="pricing" vertex="1">
                    <mxGeometry y="82" width="360" height="26" as="geometry"/>
                </mxCell>
                <mxCell id="pricing-r3-c" value="flat_delivery_fee : NUMERIC(10,2)" style="shape=partialRectangle;html=1;whiteSpace=wrap;connectable=0;strokeColor=inherit;overflow=hidden;fillColor=none;top=0;left=0;bottom=0;right=0;pointerEvents=1;align=left;spacingLeft=10;" parent="pricing-r3" vertex="1">
                    <mxGeometry width="360" height="26" as="geometry">
                        <mxRectangle width="360" height="26" as="alternateBounds"/>
                    </mxGeometry>
                </mxCell>
                <mxCell id="pricing-r4" value="" style="shape=tableRow;horizontal=0;startSize=0;swimlaneHead=0;swimlaneBody=0;strokeColor=inherit;top=0;left=0;bottom=0;right=0;collapsible=0;dropTarget=0;fillColor=none;points=[[0,0.5],[1,0.5]];portConstraint=eastwest;fontSize=12;" parent="pricing" vertex="1">
                    <mxGeometry y="108" width="360" height="26" as="geometry"/>
                </mxCell>
                <mxCell id="pricing-r4-c" value="per_trip_fee : NUMERIC(10,2)" style="shape=partialRectangle;html=1;whiteSpace=wrap;connectable=0;strokeColor=inherit;overflow=hidden;fillColor=none;top=0;left=0;bottom=0;right=0;pointerEvents=1;align=left;spacingLeft=10;" parent="pricing-r4" vertex="1">
                    <mxGeometry width="360" height="26" as="geometry">
                        <mxRectangle width="360" height="26" as="alternateBounds"/>
                    </mxGeometry>
                </mxCell>
                <mxCell id="pricing-r5" value="" style="shape=tableRow;horizontal=0;startSize=0;swimlaneHead=0;swimlaneBody=0;strokeColor=inherit;top=0;left=0;bottom=0;right=0;collapsible=0;dropTarget=0;fillColor=none;points=[[0,0.5],[1,0.5]];portConstraint=eastwest;fontSize=12;" parent="pricing" vertex="1">
                    <mxGeometry y="134" width="360" height="26" as="geometry"/>
                </mxCell>
                <mxCell id="pricing-r5-c" value="per_school_fee : NUMERIC(10,2)" style="shape=partialRectangle;html=1;whiteSpace=wrap;connectable=0;strokeColor=inherit;overflow=hidden;fillColor=none;top=0;left=0;bottom=0;right=0;pointerEvents=1;align=left;spacingLeft=10;" parent="pricing-r5" vertex="1">
                    <mxGeometry width="360" height="26" as="geometry">
                        <mxRectangle width="360" height="26" as="alternateBounds"/>
                    </mxGeometry>
                </mxCell>
                <mxCell id="pricing-r6" value="" style="shape=tableRow;horizontal=0;startSize=0;swimlaneHead=0;swimlaneBody=0;strokeColor=inherit;top=0;left=0;bottom=0;right=0;collapsible=0;dropTarget=0;fillColor=none;points=[[0,0.5],[1,0.5]];portConstraint=eastwest;fontSize=12;" parent="pricing" vertex="1">
                    <mxGeometry y="160" width="360" height="26" as="geometry"/>
                </mxCell>
                <mxCell id="pricing-r6-c" value="created_at : TIMESTAMPTZ" style="shape=partialRectangle;html=1;whiteSpace=wrap;connectable=0;strokeColor=inherit;overflow=hidden;fillColor=none;top=0;left=0;bottom=0;right=0;pointerEvents=1;align=left;spacingLeft=10;fontColor=#666666;" parent="pricing-r6" vertex="1">
                    <mxGeometry width="360" height="26" as="geometry">
                        <mxRectangle width="360" height="26" as="alternateBounds"/>
                    </mxGeometry>
                </mxCell>
                <mxCell id="pricing-r7" value="" style="shape=tableRow;horizontal=0;startSize=0;swimlaneHead=0;swimlaneBody=0;strokeColor=inherit;top=0;left=0;bottom=0;right=0;collapsible=0;dropTarget=0;fillColor=none;points=[[0,0.5],[1,0.5]];portConstraint=eastwest;fontSize=12;" parent="pricing" vertex="1">
                    <mxGeometry y="186" width="360" height="26" as="geometry"/>
                </mxCell>
                <mxCell id="pricing-r7-c" value="updated_at : TIMESTAMPTZ" style="shape=partialRectangle;html=1;whiteSpace=wrap;connectable=0;strokeColor=inherit;overflow=hidden;fillColor=none;top=0;left=0;bottom=0;right=0;pointerEvents=1;align=left;spacingLeft=10;fontColor=#666666;" parent="pricing-r7" vertex="1">
                    <mxGeometry width="360" height="26" as="geometry">
                        <mxRectangle width="360" height="26" as="alternateBounds"/>
                    </mxGeometry>
                </mxCell>
                <mxCell id="new-sessions" value="sessions" style="shape=table;startSize=30;container=1;collapsible=0;childLayout=tableLayout;fontSize=14;fontStyle=1;fillColor=#d5e8d4;strokeColor=#82b366;" vertex="1" parent="1">
                    <mxGeometry x="1170" y="432" width="360" height="186" as="geometry"/>
                </mxCell>
                <mxCell id="new-sessions-r1" value="" style="shape=tableRow;horizontal=0;startSize=0;swimlaneHead=0;swimlaneBody=0;strokeColor=inherit;top=0;left=0;bottom=0;right=0;collapsible=0;dropTarget=0;fillColor=none;points=[[0,0.5],[1,0.5]];portConstraint=eastwest;fontSize=12;" vertex="1" parent="new-sessions">
                    <mxGeometry y="30" width="360" height="26" as="geometry"/>
                </mxCell>
                <mxCell id="new-sessions-r1-c" value="program_id : BIGINT  (PK, FK → programs.id)" style="shape=partialRectangle;html=1;whiteSpace=wrap;connectable=0;strokeColor=inherit;overflow=hidden;fillColor=none;top=0;left=0;bottom=0;right=0;pointerEvents=1;fontStyle=5;align=left;spacingLeft=10;" vertex="1" parent="new-sessions-r1">
                    <mxGeometry width="360" height="26" as="geometry">
                        <mxRectangle width="360" height="26" as="alternateBounds"/>
                    </mxGeometry>
                </mxCell>
                <mxCell id="new-sessions-r2" value="" style="shape=tableRow;horizontal=0;startSize=0;swimlaneHead=0;swimlaneBody=0;strokeColor=inherit;top=0;left=0;bottom=0;right=0;collapsible=0;dropTarget=0;fillColor=none;points=[[0,0.5],[1,0.5]];portConstraint=eastwest;fontSize=12;" vertex="1" parent="new-sessions">
                    <mxGeometry y="56" width="360" height="26" as="geometry"/>
                </mxCell>
                <mxCell id="new-sessions-r2-c" value="date : DATE  (PK)" style="shape=partialRectangle;html=1;whiteSpace=wrap;connectable=0;strokeColor=inherit;overflow=hidden;fillColor=none;top=0;left=0;bottom=0;right=0;pointerEvents=1;fontStyle=5;align=left;spacingLeft=10;" vertex="1" parent="new-sessions-r2">
                    <mxGeometry width="360" height="26" as="geometry">
                        <mxRectangle width="360" height="26" as="alternateBounds"/>
                    </mxGeometry>
                </mxCell>
                <mxCell id="new-sessions-r3" value="" style="shape=tableRow;horizontal=0;startSize=0;swimlaneHead=0;swimlaneBody=0;strokeColor=inherit;top=0;left=0;bottom=0;right=0;collapsible=0;dropTarget=0;fillColor=none;points=[[0,0.5],[1,0.5]];portConstraint=eastwest;fontSize=12;" vertex="1" parent="new-sessions">
                    <mxGeometry y="82" width="360" height="26" as="geometry"/>
                </mxCell>
                <mxCell id="new-sessions-r3-c" value="sub_manager_name : TEXT  (nullable)" style="shape=partialRectangle;html=1;whiteSpace=wrap;connectable=0;strokeColor=inherit;overflow=hidden;fillColor=none;top=0;left=0;bottom=0;right=0;pointerEvents=1;align=left;spacingLeft=10;" vertex="1" parent="new-sessions-r3">
                    <mxGeometry width="360" height="26" as="geometry">
                        <mxRectangle width="360" height="26" as="alternateBounds"/>
                    </mxGeometry>
                </mxCell>
                <mxCell id="new-sessions-r4" value="" style="shape=tableRow;horizontal=0;startSize=0;swimlaneHead=0;swimlaneBody=0;strokeColor=inherit;top=0;left=0;bottom=0;right=0;collapsible=0;dropTarget=0;fillColor=none;points=[[0,0.5],[1,0.5]];portConstraint=eastwest;fontSize=12;" vertex="1" parent="new-sessions">
                    <mxGeometry y="108" width="360" height="26" as="geometry"/>
                </mxCell>
                <mxCell id="new-sessions-r4-c" value="sub_manager_mobile : TEXT  (nullable)" style="shape=partialRectangle;html=1;whiteSpace=wrap;connectable=0;strokeColor=inherit;overflow=hidden;fillColor=none;top=0;left=0;bottom=0;right=0;pointerEvents=1;align=left;spacingLeft=10;" vertex="1" parent="new-sessions-r4">
                    <mxGeometry width="360" height="26" as="geometry">
                        <mxRectangle width="360" height="26" as="alternateBounds"/>
                    </mxGeometry>
                </mxCell>
                <mxCell id="new-sessions-r5" value="" style="shape=tableRow;horizontal=0;startSize=0;swimlaneHead=0;swimlaneBody=0;strokeColor=inherit;top=0;left=0;bottom=0;right=0;collapsible=0;dropTarget=0;fillColor=none;points=[[0,0.5],[1,0.5]];portConstraint=eastwest;fontSize=12;" vertex="1" parent="new-sessions">
-                     <mxGeometry y="134" width="360" height="26" as="geometry"/>
+                     <mxGeometry y="134" width="360" height="25" as="geometry"/>
                </mxCell>
                <mxCell id="new-sessions-r5-c" value="created_at : TIMESTAMPTZ" style="shape=partialRectangle;html=1;whiteSpace=wrap;connectable=0;strokeColor=inherit;overflow=hidden;fillColor=none;top=0;left=0;bottom=0;right=0;pointerEvents=1;align=left;spacingLeft=10;fontColor=#666666;" vertex="1" parent="new-sessions-r5">
-                     <mxGeometry width="360" height="26" as="geometry">
-                         <mxRectangle width="360" height="26" as="alternateBounds"/>
+                     <mxGeometry width="360" height="25" as="geometry">
+                         <mxRectangle width="360" height="25" as="alternateBounds"/>
                    </mxGeometry>
                </mxCell>
                <mxCell id="new-sessions-r6" value="" style="shape=tableRow;horizontal=0;startSize=0;swimlaneHead=0;swimlaneBody=0;strokeColor=inherit;top=0;left=0;bottom=0;right=0;collapsible=0;dropTarget=0;fillColor=none;points=[[0,0.5],[1,0.5]];portConstraint=eastwest;fontSize=12;" vertex="1" parent="new-sessions">
-                     <mxGeometry y="160" width="360" height="26" as="geometry"/>
+                     <mxGeometry y="159" width="360" height="27" as="geometry"/>
                </mxCell>
                <mxCell id="new-sessions-r6-c" value="updated_at : TIMESTAMPTZ" style="shape=partialRectangle;html=1;whiteSpace=wrap;connectable=0;strokeColor=inherit;overflow=hidden;fillColor=none;top=0;left=0;bottom=0;right=0;pointerEvents=1;align=left;spacingLeft=10;fontColor=#666666;" vertex="1" parent="new-sessions-r6">
-                     <mxGeometry width="360" height="26" as="geometry">
-                         <mxRectangle width="360" height="26" as="alternateBounds"/>
+                     <mxGeometry width="360" height="27" as="geometry">
+                         <mxRectangle width="360" height="27" as="alternateBounds"/>
                    </mxGeometry>
                </mxCell>
                <mxCell id="absences" value="absences" style="shape=table;startSize=30;container=1;collapsible=0;childLayout=tableLayout;fontSize=14;fontStyle=1;fillColor=#fff2cc;strokeColor=#d6b656;" vertex="1" parent="1">
                    <mxGeometry x="1580" y="220" width="360" height="160" as="geometry"/>
                </mxCell>
                <mxCell id="absences-r1" value="" style="shape=tableRow;horizontal=0;startSize=0;swimlaneHead=0;swimlaneBody=0;strokeColor=inherit;top=0;left=0;bottom=0;right=0;collapsible=0;dropTarget=0;fillColor=none;points=[[0,0.5],[1,0.5]];portConstraint=eastwest;fontSize=12;" vertex="1" parent="absences">
                    <mxGeometry y="30" width="360" height="26" as="geometry"/>
                </mxCell>
                <mxCell id="absences-r1-c" value="student_id : BIGINT  (PK, FK → students.id)" style="shape=partialRectangle;html=1;whiteSpace=wrap;connectable=0;strokeColor=inherit;overflow=hidden;fillColor=none;top=0;left=0;bottom=0;right=0;pointerEvents=1;fontStyle=5;align=left;spacingLeft=10;" vertex="1" parent="absences-r1">
                    <mxGeometry width="360" height="26" as="geometry">
                        <mxRectangle width="360" height="26" as="alternateBounds"/>
                    </mxGeometry>
                </mxCell>
                <mxCell id="absences-r2" value="" style="shape=tableRow;horizontal=0;startSize=0;swimlaneHead=0;swimlaneBody=0;strokeColor=inherit;top=0;left=0;bottom=0;right=0;collapsible=0;dropTarget=0;fillColor=none;points=[[0,0.5],[1,0.5]];portConstraint=eastwest;fontSize=12;" vertex="1" parent="absences">
                    <mxGeometry y="56" width="360" height="26" as="geometry"/>
                </mxCell>
                <mxCell id="absences-r2-c" value="program_id : BIGINT  (PK, FK → sessions.program_id)" style="shape=partialRectangle;html=1;whiteSpace=wrap;connectable=0;strokeColor=inherit;overflow=hidden;fillColor=none;top=0;left=0;bottom=0;right=0;pointerEvents=1;fontStyle=5;align=left;spacingLeft=10;" vertex="1" parent="absences-r2">
                    <mxGeometry width="360" height="26" as="geometry">
                        <mxRectangle width="360" height="26" as="alternateBounds"/>
                    </mxGeometry>
                </mxCell>
                <mxCell id="absences-r3" value="" style="shape=tableRow;horizontal=0;startSize=0;swimlaneHead=0;swimlaneBody=0;strokeColor=inherit;top=0;left=0;bottom=0;right=0;collapsible=0;dropTarget=0;fillColor=none;points=[[0,0.5],[1,0.5]];portConstraint=eastwest;fontSize=12;" vertex="1" parent="absences">
                    <mxGeometry y="82" width="360" height="26" as="geometry"/>
                </mxCell>
                <mxCell id="absences-r3-c" value="date : DATE  (PK, FK → sessions.date)" style="shape=partialRectangle;html=1;whiteSpace=wrap;connectable=0;strokeColor=inherit;overflow=hidden;fillColor=none;top=0;left=0;bottom=0;right=0;pointerEvents=1;fontStyle=5;align=left;spacingLeft=10;" vertex="1" parent="absences-r3">
                    <mxGeometry width="360" height="26" as="geometry">
                        <mxRectangle width="360" height="26" as="alternateBounds"/>
                    </mxGeometry>
                </mxCell>
                <mxCell id="absences-r4" value="" style="shape=tableRow;horizontal=0;startSize=0;swimlaneHead=0;swimlaneBody=0;strokeColor=inherit;top=0;left=0;bottom=0;right=0;collapsible=0;dropTarget=0;fillColor=none;points=[[0,0.5],[1,0.5]];portConstraint=eastwest;fontSize=12;" vertex="1" parent="absences">
                    <mxGeometry y="108" width="360" height="26" as="geometry"/>
                </mxCell>
                <mxCell id="absences-r4-c" value="created_at : TIMESTAMPTZ" style="shape=partialRectangle;html=1;whiteSpace=wrap;connectable=0;strokeColor=inherit;overflow=hidden;fillColor=none;top=0;left=0;bottom=0;right=0;pointerEvents=1;align=left;spacingLeft=10;fontColor=#666666;" vertex="1" parent="absences-r4">
                    <mxGeometry width="360" height="26" as="geometry">
                        <mxRectangle width="360" height="26" as="alternateBounds"/>
                    </mxGeometry>
                </mxCell>
                <mxCell id="absences-r5" value="" style="shape=tableRow;horizontal=0;startSize=0;swimlaneHead=0;swimlaneBody=0;strokeColor=inherit;top=0;left=0;bottom=0;right=0;collapsible=0;dropTarget=0;fillColor=none;points=[[0,0.5],[1,0.5]];portConstraint=eastwest;fontSize=12;" vertex="1" parent="absences">
                    <mxGeometry y="134" width="360" height="26" as="geometry"/>
                </mxCell>
                <mxCell id="absences-r5-c" value="updated_at : TIMESTAMPTZ" style="shape=partialRectangle;html=1;whiteSpace=wrap;connectable=0;strokeColor=inherit;overflow=hidden;fillColor=none;top=0;left=0;bottom=0;right=0;pointerEvents=1;align=left;spacingLeft=10;fontColor=#666666;" vertex="1" parent="absences-r5">
                    <mxGeometry width="360" height="26" as="geometry">
                        <mxRectangle width="360" height="26" as="alternateBounds"/>
                    </mxGeometry>
                </mxCell>
                <mxCell id="fk-sessions-schools" style="edgeStyle=entityRelationEdgeStyle;fontSize=12;html=1;endArrow=ERone;startArrow=ERmany;rounded=0;exitX=0;exitY=0.5;exitDx=0;exitDy=0;entryX=1;entryY=0.5;entryDx=0;entryDy=0;" parent="1" source="sessions-r2" target="schools-r1" edge="1">
                    <mxGeometry relative="1" as="geometry"/>
                </mxCell>
                <mxCell id="fk-enrolments-programs" style="edgeStyle=entityRelationEdgeStyle;fontSize=12;html=1;endArrow=ERone;startArrow=ERmany;rounded=0;exitX=0;exitY=0.5;exitDx=0;exitDy=0;entryX=1;entryY=0.5;entryDx=0;entryDy=0;" edge="1" parent="1" source="enrolments-r3" target="sessions-r1">
                    <mxGeometry relative="1" as="geometry"/>
                </mxCell>
                <mxCell id="fk-newsessions-programs" style="edgeStyle=entityRelationEdgeStyle;fontSize=12;html=1;endArrow=ERone;startArrow=ERmany;rounded=0;exitX=0;exitY=0.5;exitDx=0;exitDy=0;entryX=1;entryY=0.5;entryDx=0;entryDy=0;" edge="1" parent="1" source="new-sessions-r1" target="sessions-r1">
                    <mxGeometry relative="1" as="geometry"/>
                </mxCell>
                <mxCell id="fk-absences-students" style="edgeStyle=entityRelationEdgeStyle;fontSize=12;html=1;endArrow=ERone;startArrow=ERmany;rounded=0;exitX=0;exitY=0.5;exitDx=0;exitDy=0;entryX=1;entryY=0.5;entryDx=0;entryDy=0;" edge="1" parent="1" source="absences-r1" target="students-r1">
                    <mxGeometry relative="1" as="geometry"/>
                </mxCell>
                <mxCell id="fk-absences-newsessions" style="edgeStyle=entityRelationEdgeStyle;fontSize=12;html=1;endArrow=ERone;startArrow=ERmany;rounded=0;exitX=1;exitY=0.5;exitDx=0;exitDy=0;entryX=1;entryY=0.5;entryDx=0;entryDy=0;" edge="1" parent="1" source="absences-r2" target="new-sessions-r1">
                    <mxGeometry relative="1" as="geometry">
                        <Array as="points">
                            <mxPoint x="1960" y="330"/>
                            <mxPoint x="1560" y="775"/>
                            <mxPoint x="2000" y="490"/>
                            <mxPoint x="1960" y="450"/>
                            <mxPoint x="1560" y="495"/>
                        </Array>
                    </mxGeometry>
                </mxCell>
                <mxCell id="fk-enrolments-students" style="edgeStyle=entityRelationEdgeStyle;fontSize=12;html=1;endArrow=ERone;startArrow=ERmany;rounded=0;exitX=1;exitY=0.5;exitDx=0;exitDy=0;entryX=0;entryY=0.5;entryDx=0;entryDy=0;" parent="1" source="enrolments-r2" target="students-r1" edge="1">
                    <mxGeometry relative="1" as="geometry"/>
                </mxCell>
                <mxCell id="fk-schools-caterers" style="edgeStyle=entityRelationEdgeStyle;fontSize=12;html=1;endArrow=ERone;startArrow=ERmany;rounded=0;exitX=1;exitY=0.5;exitDx=0;exitDy=0;entryX=1;entryY=0.5;entryDx=0;entryDy=0;" parent="1" source="schools-r-cat" target="caterers-r1" edge="1">
                    <mxGeometry relative="1" as="geometry">
                        <mxPoint x="20" y="300" as="sourcePoint"/>
                        <mxPoint x="340" y="420" as="targetPoint"/>
                        <Array as="points">
                            <mxPoint x="350" y="230"/>
                            <mxPoint y="370"/>
                            <mxPoint x="250" y="420"/>
                            <mxPoint x="320" y="400"/>
                            <mxPoint x="20" y="340"/>
                            <mxPoint x="80" y="350"/>
                            <mxPoint x="20" y="390"/>
                            <mxPoint x="170" y="370"/>
                            <mxPoint x="10" y="380"/>
                        </Array>
                    </mxGeometry>
                </mxCell>
                <mxCell id="fk-items-caterers" style="edgeStyle=entityRelationEdgeStyle;fontSize=12;html=1;endArrow=ERone;startArrow=ERmany;rounded=0;exitX=0;exitY=0.5;exitDx=0;exitDy=0;entryX=1;entryY=0.5;entryDx=0;entryDy=0;" parent="1" source="items-r1" target="caterers-r1" edge="1">
                    <mxGeometry relative="1" as="geometry"/>
                </mxCell>
                <mxCell id="fk-pricing-caterers" style="edgeStyle=entityRelationEdgeStyle;fontSize=12;html=1;endArrow=ERone;startArrow=ERone;rounded=0;exitX=0;exitY=0.5;exitDx=0;exitDy=0;entryX=1;entryY=0.5;entryDx=0;entryDy=0;" parent="1" source="pricing-r1" target="caterers-r1" edge="1">
                    <mxGeometry relative="1" as="geometry"/>
                </mxCell>
                <mxCell id="footer" value="• Primary keys: BIGINT GENERATED ALWAYS AS IDENTITY (composite PKs on enrolments, items, sessions, absences; pricing_structures uses caterer_id as PK for 1:1)    • day_of_week: ENUM (Mon–Fri)    • dietary_tag: ENUM (&#39;GF&#39;,&#39;DF&#39;,&#39;NF&#39;,&#39;V&#39;,&#39;H&#39;)  — V = vegetarian / vegetarian option, H = halal    • FK on delete: schools→caterers RESTRICT, programs→schools RESTRICT, enrolments→students/programs CASCADE, sessions→programs CASCADE, absences→students/sessions CASCADE, items/pricing→caterers CASCADE    • RLS disabled for now" style="text;html=1;align=left;verticalAlign=middle;fontSize=11;fontStyle=2;fontColor=#555555;" parent="1" vertex="1">
                    <mxGeometry x="40" y="920" width="1600" height="60" as="geometry"/>
                </mxCell>
            </root>
        </mxGraphModel>
    </diagram>
</mxfile>